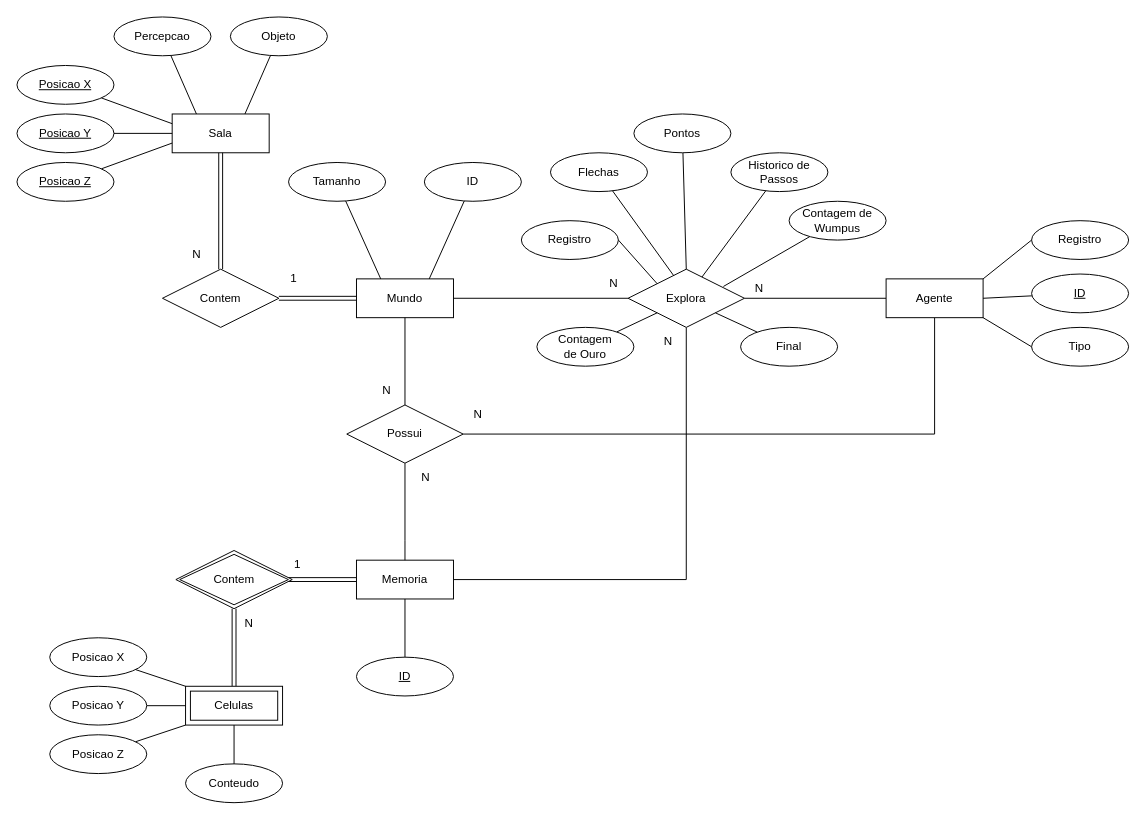
Before: docs/DER.drawio in Johsep06/the-world-of-wumpus-IA, a draw.io diagram. Source tidied: cells renumbered, new cells numbered last; positions are measured from the earlier drawing's top-left corner, leaving out a move shared by most shapes. Both pictures are drawn from the tidied source at 97%, with x=0, y=0 at pixel (16, 16).
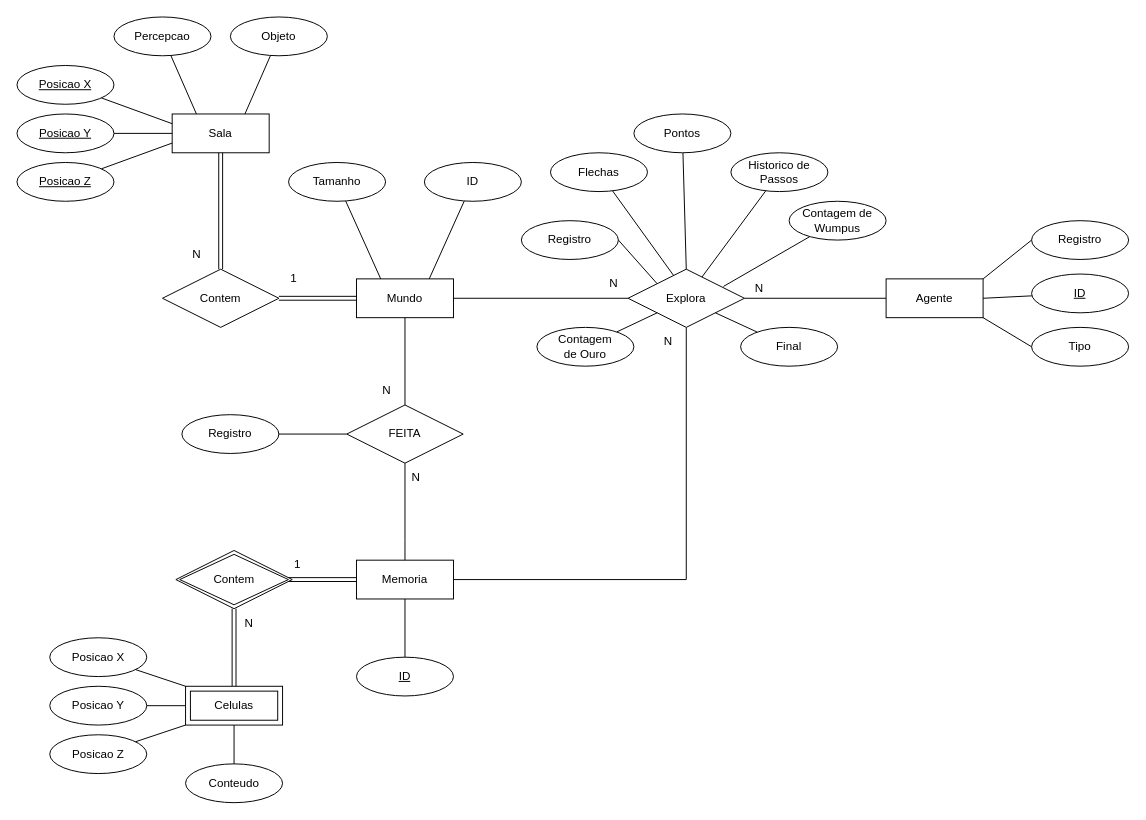
The same page after the edit.

Unchanged cells that the change refers to:
```xml
<mxCell id="6" value="Agente" style="whiteSpace=wrap;html=1;align=center;" parent="1" vertex="1">
  <mxGeometry x="896" y="270" width="100" height="40" as="geometry" />
</mxCell>
```

The edit, as a diff of the source:
```diff
@@
-    <mxCell id="5" style="edgeStyle=orthogonalEdgeStyle;rounded=0;jettySize=auto;html=1;entryX=1;entryY=0.5;entryDx=0;entryDy=0;endArrow=none;startFill=0;" parent="1" edge="1" source="6" target="51">
-      <mxGeometry relative="1" as="geometry">
-        <Array as="points">
-          <mxPoint x="946" y="430" />
-        </Array>
-      </mxGeometry>
-    </mxCell>
@@
-    <mxCell id="51" value="Possui" style="shape=rhombus;perimeter=rhombusPerimeter;whiteSpace=wrap;html=1;align=center;" parent="1" vertex="1">
+    <mxCell id="51" value="FEITA" style="shape=rhombus;perimeter=rhombusPerimeter;whiteSpace=wrap;html=1;align=center;" parent="1" vertex="1">
       <mxGeometry x="340" y="400" width="120" height="60" as="geometry" />
     </mxCell>
@@
     <mxCell id="53" value="N" style="text;html=1;align=center;verticalAlign=middle;strokeColor=none;fillColor=none;" parent="1" vertex="1">
-      <mxGeometry x="406" y="460" width="30" height="30" as="geometry" />
+      <mxGeometry x="396" y="460" width="30" height="30" as="geometry" />
     </mxCell>
@@
-    <mxCell id="74" value="N" style="text;html=1;align=center;verticalAlign=middle;strokeColor=none;fillColor=none;" parent="1" vertex="1">
-      <mxGeometry x="460" y="395" width="30" height="30" as="geometry" />
-    </mxCell>
+    <mxCell id="75" style="edgeStyle=orthogonalEdgeStyle;rounded=0;jettySize=auto;html=1;entryX=0;entryY=0.5;entryDx=0;entryDy=0;endArrow=none;startFill=0;" parent="1" edge="1" source="76" target="51">
+      <mxGeometry relative="1" as="geometry" />
+    </mxCell>
+    <mxCell id="76" value="Registro" style="ellipse;whiteSpace=wrap;html=1;align=center;" parent="1" vertex="1">
+      <mxGeometry x="170" y="410" width="100" height="40" as="geometry" />
+    </mxCell>
```
